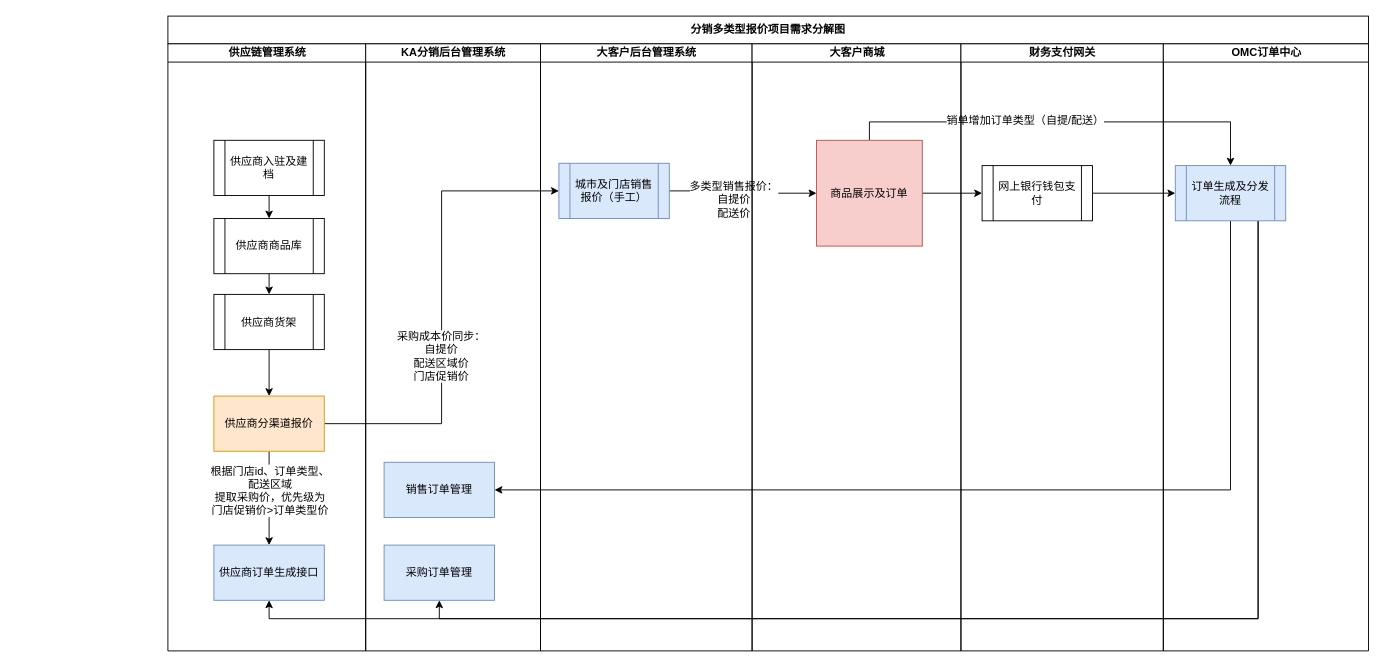
The draw.io diagram page "分销渠道价格管理需求梳理" (1 of 2) of 分销体系流程改造工程.drawio in klzer/Meicai, before the edit. Source tidied: cells renumbered, new cells numbered last; positions are measured from the earlier drawing's top-left corner, leaving out a move shared by most shapes. Both pictures are drawn from the tidied source at 92%, with x=0, y=0 at pixel (167, 16).
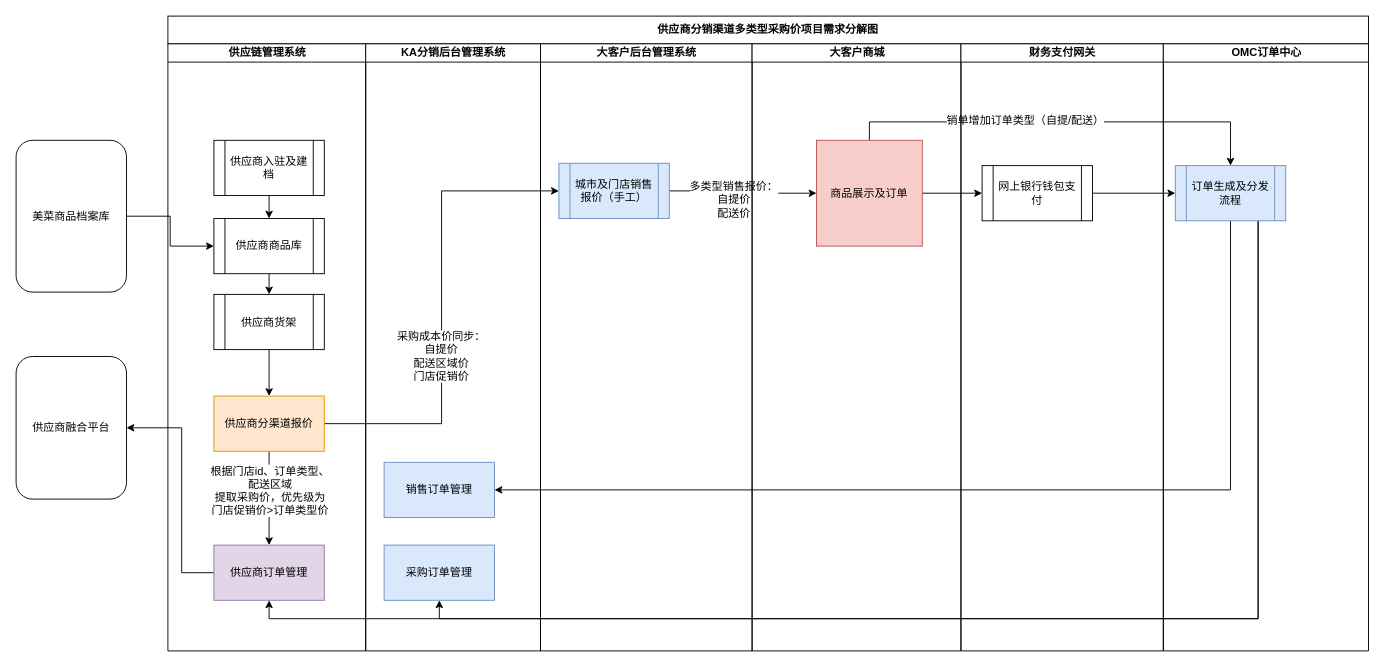
Above is the later version.

Commit message:
Update 分销体系流程改造工程.drawio

Unchanged cells that the change refers to:
```xml
<mxCell id="5" value="供应商商品库" style="shape=process;whiteSpace=wrap;html=1;backgroundOutline=1;" parent="1" vertex="1">
  <mxGeometry x="50" y="220" width="120" height="60" as="geometry" />
</mxCell>
```

The edit, as a diff of the source:
```diff
@@
+    <mxCell id="36" style="edgeStyle=orthogonalEdgeStyle;rounded=0;jettySize=auto;html=1;exitX=0;exitY=0.5;exitDx=0;exitDy=0;entryX=1;entryY=0.5;entryDx=0;entryDy=0;" parent="1" edge="1" source="8" target="39">
+      <mxGeometry relative="1" as="geometry">
+        <Array as="points">
+          <mxPoint x="15" y="605" />
+          <mxPoint x="15" y="448" />
+        </Array>
+      </mxGeometry>
+    </mxCell>
-    <mxCell id="8" value="供应商订单生成接口" style="rounded=0;whiteSpace=wrap;html=1;fillColor=#dae8fc;strokeColor=#6c8ebf;" parent="1" vertex="1">
+    <mxCell id="8" value="供应商订单管理" style="rounded=0;whiteSpace=wrap;html=1;fillColor=#e1d5e7;strokeColor=#9673a6;" parent="1" vertex="1">
       <mxGeometry x="50" y="575" width="120" height="60" as="geometry" />
     </mxCell>
@@
-    <mxCell id="35" value="分销多类型报价项目需求分解图" style="rounded=0;whiteSpace=wrap;html=1;fontStyle=1;" parent="1" vertex="1">
+    <mxCell id="35" value="供应商分销渠道多类型采购价项目需求分解图" style="rounded=0;whiteSpace=wrap;html=1;fontStyle=1;" parent="1" vertex="1">
       <mxGeometry width="1305" height="30" as="geometry" />
     </mxCell>
+    <mxCell id="37" style="edgeStyle=orthogonalEdgeStyle;rounded=0;jettySize=auto;html=1;exitX=1;exitY=0.5;exitDx=0;exitDy=0;entryX=0;entryY=0.5;entryDx=0;entryDy=0;" parent="1" edge="1" source="38" target="5">
+      <mxGeometry relative="1" as="geometry" />
+    </mxCell>
+    <mxCell id="38" value="美菜商品档案库" style="rounded=1;whiteSpace=wrap;html=1;" parent="1" vertex="1">
+      <mxGeometry x="-165" y="135" width="120" height="165" as="geometry" />
+    </mxCell>
+    <mxCell id="39" value="供应商融合平台" style="rounded=1;whiteSpace=wrap;html=1;" parent="1" vertex="1">
+      <mxGeometry x="-165" y="370" width="120" height="155" as="geometry" />
+    </mxCell>
```
